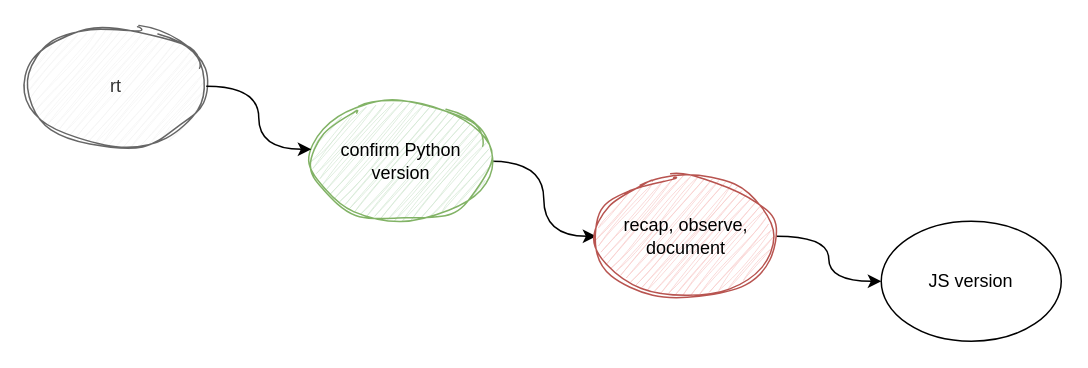
guitarvydas/rt keeps this draw.io diagram as page "rt" (1 of 3) of rt todo.drawio. Above is the earlier version. Source tidied: cells renumbered, new cells numbered last; positions are measured from the earlier drawing's top-left corner, leaving out a move shared by most shapes. Both pictures are drawn from the tidied source at 150%, with x=0, y=0 at pixel (26, 26).
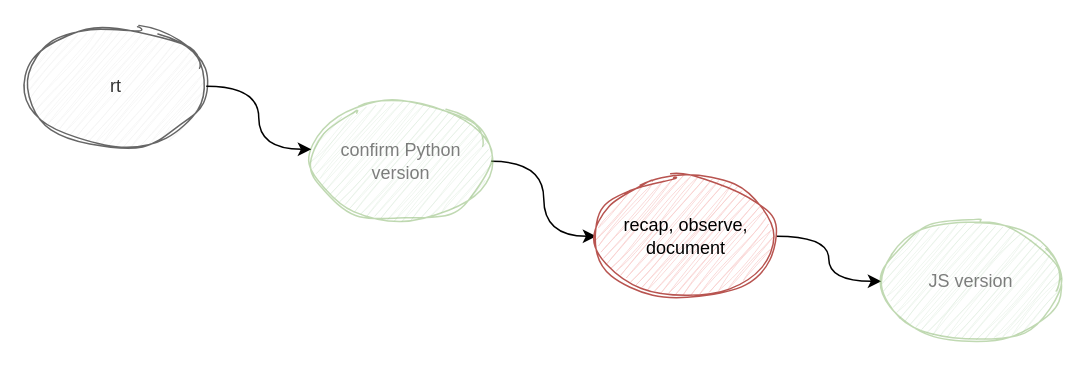
After the change.

Change to the diagram source:
```diff
@@
 <mxGraphModel>
   <root>
     <mxCell id="0" />
     <mxCell id="1" parent="0" />
     <mxCell id="2" style="edgeStyle=orthogonalEdgeStyle;rounded=0;jettySize=auto;html=1;exitX=1;exitY=0.5;exitDx=0;exitDy=0;entryX=0;entryY=0.5;entryDx=0;entryDy=0;curved=1;" parent="1" edge="1" source="3" target="5">
       <mxGeometry relative="1" as="geometry" />
     </mxCell>
-    <mxCell id="3" value="confirm Python version" style="ellipse;whiteSpace=wrap;html=1;fillColor=#d5e8d4;strokeColor=#82b366;sketch=1;curveFitting=1;jiggle=2;" parent="1" vertex="1">
+    <mxCell id="3" value="confirm Python version" style="ellipse;whiteSpace=wrap;html=1;fillColor=#d5e8d4;strokeColor=#82b366;sketch=1;curveFitting=1;jiggle=2;opacity=50;textOpacity=50;" parent="1" vertex="1">
       <mxGeometry x="190" y="50" width="120" height="80" as="geometry" />
     </mxCell>
     <mxCell id="4" style="edgeStyle=orthogonalEdgeStyle;shape=connector;curved=1;rounded=0;jettySize=auto;html=1;exitX=1;exitY=0.5;exitDx=0;exitDy=0;entryX=0;entryY=0.5;entryDx=0;entryDy=0;strokeColor=default;align=center;verticalAlign=middle;fontFamily=Helvetica;fontSize=11;fontColor=default;labelBackgroundColor=default;endArrow=classic;" parent="1" edge="1" source="5" target="6">
       <mxGeometry relative="1" as="geometry" />
     </mxCell>
     <mxCell id="5" value="recap, observe, document" style="ellipse;whiteSpace=wrap;html=1;fillColor=#f8cecc;strokeColor=#b85450;sketch=1;curveFitting=1;jiggle=2;" parent="1" vertex="1">
       <mxGeometry x="380" y="100" width="120" height="80" as="geometry" />
     </mxCell>
-    <mxCell id="6" value="JS version" style="ellipse;whiteSpace=wrap;html=1;" parent="1" vertex="1">
+    <mxCell id="6" value="JS version" style="ellipse;whiteSpace=wrap;html=1;fillColor=#d5e8d4;strokeColor=#82b366;sketch=1;curveFitting=1;jiggle=2;opacity=50;textOpacity=50;" parent="1" vertex="1">
       <mxGeometry x="570" y="130" width="120" height="80" as="geometry" />
     </mxCell>
     <mxCell id="7" value="rt" style="ellipse;whiteSpace=wrap;html=1;fillColor=#f5f5f5;fontColor=#333333;strokeColor=#666666;sketch=1;curveFitting=1;jiggle=2;" parent="1" vertex="1">
       <mxGeometry width="120" height="80" as="geometry" />
     </mxCell>
     <mxCell id="8" style="edgeStyle=orthogonalEdgeStyle;rounded=0;jettySize=auto;html=1;exitX=1;exitY=0.5;exitDx=0;exitDy=0;entryX=0;entryY=0.4;entryDx=0;entryDy=0;entryPerimeter=0;curved=1;" parent="1" edge="1" source="7" target="3">
       <mxGeometry relative="1" as="geometry" />
     </mxCell>
   </root>
 </mxGraphModel>
```
